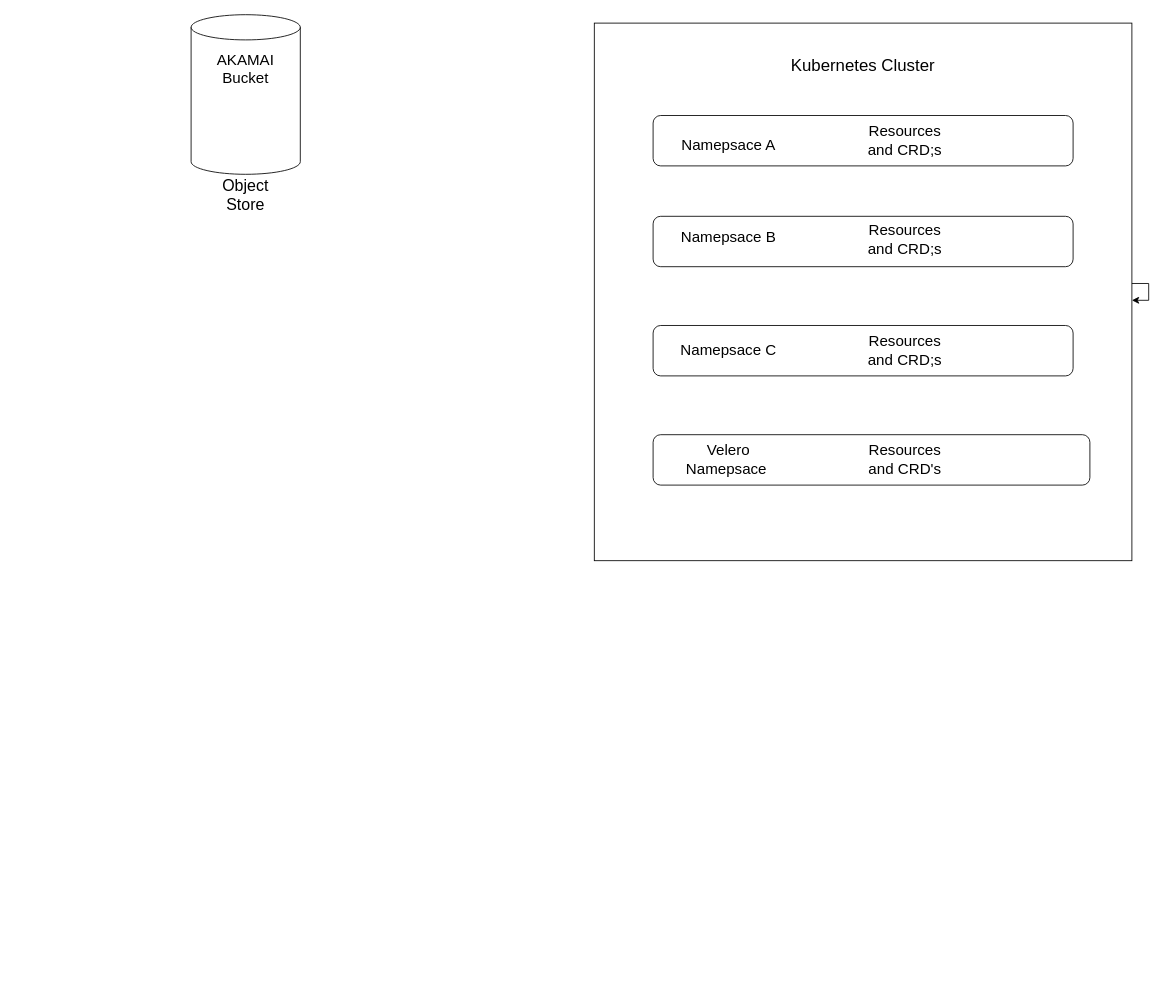
The draw.io diagram Velero.drawio in shubhamdhumal-in/Diagrams, before the edit. Source tidied: cells renumbered, new cells numbered last; positions are measured from the earlier drawing's top-left corner, leaving out a move shared by most shapes. Both pictures are drawn from the tidied source at 84%, with x=0, y=0 at pixel (191, 14).
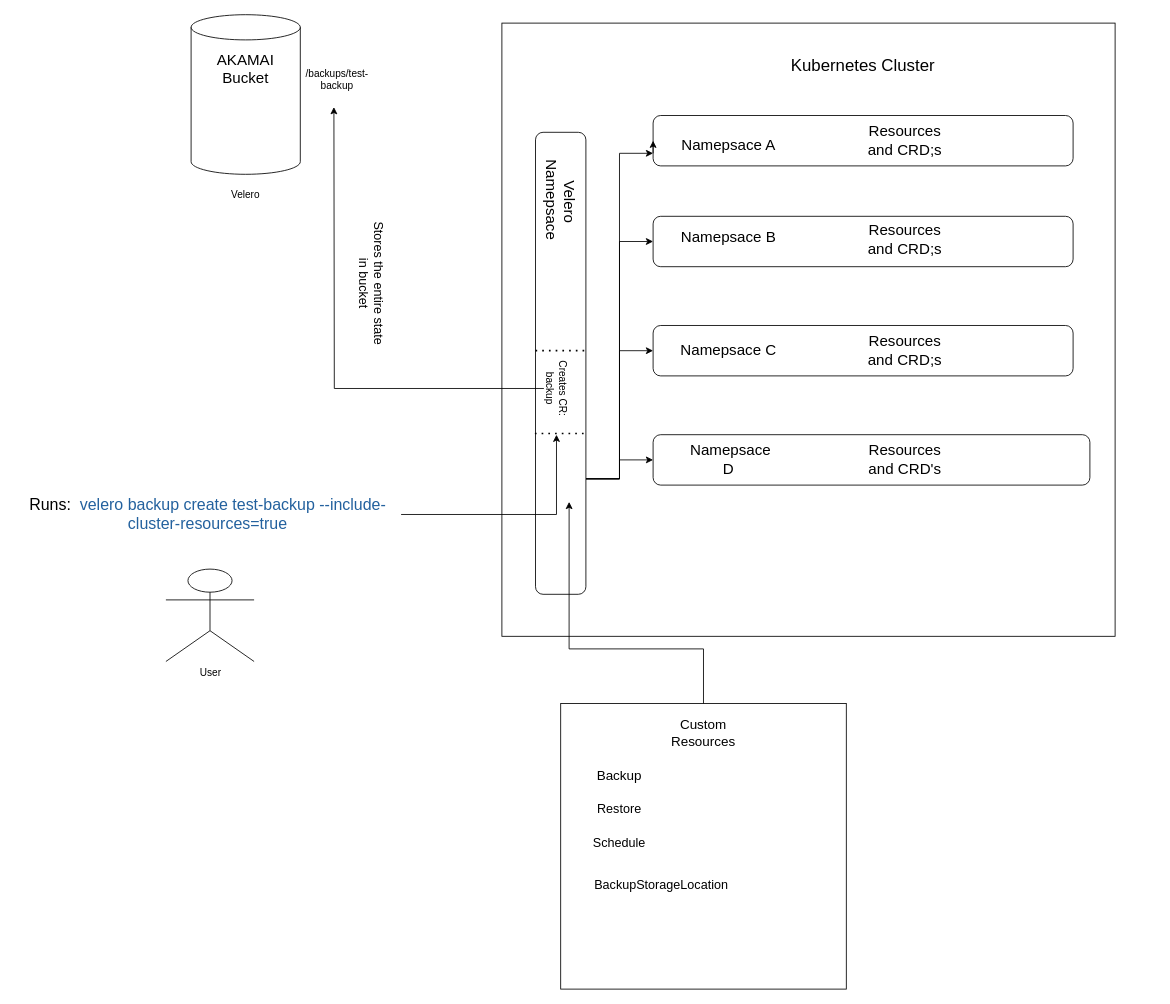
Above is the later version.

The change refers to these unchanged cells:
```xml
<mxCell id="7" style="rounded=1;whiteSpace=wrap;html=1;" parent="1" vertex="1">
  <mxGeometry x="550" y="120" width="500" height="60" as="geometry" />
</mxCell>
<mxCell id="8" style="rounded=1;whiteSpace=wrap;html=1;" parent="1" vertex="1">
  <mxGeometry x="550" y="240" width="500" height="60" as="geometry" />
</mxCell>
<mxCell id="9" style="rounded=1;whiteSpace=wrap;html=1;" parent="1" vertex="1">
  <mxGeometry x="550" y="370" width="500" height="60" as="geometry" />
</mxCell>
<mxCell id="13" style="rounded=1;whiteSpace=wrap;html=1;" parent="1" vertex="1">
  <mxGeometry x="550" y="500" width="520" height="60" as="geometry" />
</mxCell>
```

What changed in the source:
```diff
@@
     <mxCell id="2" style="whiteSpace=wrap;html=1;" parent="1" vertex="1">
-      <mxGeometry x="480" y="10" width="640" height="640" as="geometry" />
+      <mxGeometry x="370" y="10" width="730" height="730" as="geometry" />
     </mxCell>
@@
-    <mxCell id="6" value="&lt;font style=&quot;font-size: 19px;&quot;&gt;Object Store&lt;/font&gt;" style="text;html=1;whiteSpace=wrap;strokeColor=none;fillColor=none;align=center;verticalAlign=middle;rounded=0;" parent="1" vertex="1">
+    <mxCell id="6" value="Velero" style="text;html=1;whiteSpace=wrap;strokeColor=none;fillColor=none;align=center;verticalAlign=middle;rounded=0;" parent="1" vertex="1">
       <mxGeometry x="35" y="200" width="60" height="30" as="geometry" />
     </mxCell>
@@
-    <mxCell id="14" value="&lt;font style=&quot;font-size: 18px;&quot;&gt;Velero Namepsace&amp;nbsp;&lt;/font&gt;" style="text;html=1;whiteSpace=wrap;strokeColor=none;fillColor=none;align=center;verticalAlign=middle;rounded=0;" parent="1" vertex="1">
+    <mxCell id="14" value="&lt;font style=&quot;font-size: 18px;&quot;&gt;&amp;nbsp;Namepsace D&lt;/font&gt;" style="text;html=1;whiteSpace=wrap;strokeColor=none;fillColor=none;align=center;verticalAlign=middle;rounded=0;" parent="1" vertex="1">
       <mxGeometry x="580" y="515" width="120" height="30" as="geometry" />
     </mxCell>
@@
-    <mxCell id="19" style="edgeStyle=orthogonalEdgeStyle;rounded=0;orthogonalLoop=1;jettySize=auto;html=1;innerLoopWaypoints=1;" parent="1" edge="1" source="2" target="2">
-      <mxGeometry relative="1" as="geometry" />
-    </mxCell>
+    <mxCell id="20" style="edgeStyle=orthogonalEdgeStyle;rounded=0;jettySize=auto;html=1;exitX=0.75;exitY=0;exitDx=0;exitDy=0;entryX=0;entryY=0.75;entryDx=0;entryDy=0;" parent="1" edge="1" source="24" target="7">
+      <mxGeometry relative="1" as="geometry" />
+    </mxCell>
+    <mxCell id="21" style="edgeStyle=orthogonalEdgeStyle;rounded=0;jettySize=auto;html=1;exitX=0.75;exitY=0;exitDx=0;exitDy=0;entryX=0;entryY=0.5;entryDx=0;entryDy=0;" parent="1" edge="1" source="24" target="8">
+      <mxGeometry relative="1" as="geometry" />
+    </mxCell>
+    <mxCell id="22" style="edgeStyle=orthogonalEdgeStyle;rounded=0;jettySize=auto;html=1;exitX=0.75;exitY=0;exitDx=0;exitDy=0;" parent="1" edge="1" source="24" target="9">
+      <mxGeometry relative="1" as="geometry" />
+    </mxCell>
+    <mxCell id="23" style="edgeStyle=orthogonalEdgeStyle;rounded=0;jettySize=auto;html=1;exitX=0.75;exitY=0;exitDx=0;exitDy=0;entryX=0;entryY=0.5;entryDx=0;entryDy=0;" parent="1" edge="1" source="24" target="13">
+      <mxGeometry relative="1" as="geometry" />
+    </mxCell>
+    <mxCell id="24" style="rounded=1;whiteSpace=wrap;html=1;direction=south;" parent="1" vertex="1">
+      <mxGeometry x="410" y="140" width="60" height="550" as="geometry" />
+    </mxCell>
+    <mxCell id="25" value="&lt;font style=&quot;font-size: 18px;&quot;&gt;Velero Namepsace&amp;nbsp;&lt;/font&gt;" style="text;html=1;whiteSpace=wrap;strokeColor=none;fillColor=none;align=center;verticalAlign=middle;rounded=0;rotation=90;" parent="1" vertex="1">
+      <mxGeometry x="380" y="208" width="120" height="30" as="geometry" />
+    </mxCell>
+    <mxCell id="26" value="User" style="shape=umlActor;verticalLabelPosition=bottom;verticalAlign=top;html=1;" parent="1" vertex="1">
+      <mxGeometry x="-30" y="660" width="105" height="110" as="geometry" />
+    </mxCell>
+    <mxCell id="27" style="edgeStyle=orthogonalEdgeStyle;rounded=0;jettySize=auto;html=1;" parent="1" edge="1" source="28" target="30">
+      <mxGeometry relative="1" as="geometry" />
+    </mxCell>
+    <mxCell id="28" value="&lt;font style=&quot;font-size: 19px;&quot;&gt;Runs:&amp;nbsp;&amp;nbsp;&lt;/font&gt;&lt;font color=&quot;#23619e&quot;&gt;&lt;span style=&quot;font-size: 19px;&quot;&gt;velero backup create test-backup --include-cluster-resources=true&lt;/span&gt;&lt;/font&gt;" style="text;html=1;whiteSpace=wrap;strokeColor=none;fillColor=none;align=center;verticalAlign=middle;rounded=0;" parent="1" vertex="1">
+      <mxGeometry x="-210" y="580" width="460" height="30" as="geometry" />
+    </mxCell>
+    <mxCell id="29" style="edgeStyle=orthogonalEdgeStyle;rounded=0;jettySize=auto;html=1;exitX=0.5;exitY=1;exitDx=0;exitDy=0;" parent="1" edge="1" source="30">
+      <mxGeometry relative="1" as="geometry">
+        <mxPoint x="170" y="110" as="targetPoint" />
+      </mxGeometry>
+    </mxCell>
+    <mxCell id="30" value="Creates CR: backup" style="text;html=1;whiteSpace=wrap;strokeColor=none;fillColor=none;align=center;verticalAlign=middle;rounded=0;rotation=90;" parent="1" vertex="1">
+      <mxGeometry x="380" y="430" width="110" height="30" as="geometry" />
+    </mxCell>
+    <mxCell id="31" style="endArrow=none;dashed=1;html=1;dashPattern=1 3;strokeWidth=2;rounded=0;entryX=0.652;entryY=-0.004;entryDx=0;entryDy=0;entryPerimeter=0;exitX=0.652;exitY=1.012;exitDx=0;exitDy=0;exitPerimeter=0;" parent="1" edge="1" source="24" target="24">
+      <mxGeometry relative="1" as="geometry" />
+    </mxCell>
+    <mxCell id="32" style="endArrow=none;dashed=1;html=1;dashPattern=1 3;strokeWidth=2;rounded=0;" parent="1" edge="1">
+      <mxGeometry relative="1" as="geometry">
+        <mxPoint x="410" y="400" as="sourcePoint" />
+        <mxPoint x="470" y="400" as="targetPoint" />
+        <Array as="points">
+          <mxPoint x="440" y="400" />
+          <mxPoint x="470" y="400" />
+        </Array>
+      </mxGeometry>
+    </mxCell>
+    <mxCell id="33" style="edgeStyle=orthogonalEdgeStyle;rounded=0;orthogonalLoop=1;jettySize=auto;html=1;innerLoopWaypoints=1;exitX=0;exitY=0.75;exitDx=0;exitDy=0;entryX=0;entryY=0.5;entryDx=0;entryDy=0;" parent="1" edge="1" source="7" target="7">
+      <mxGeometry relative="1" as="geometry" />
+    </mxCell>
+    <mxCell id="34" value="/backups/test-backup&lt;div&gt;&lt;br&gt;&lt;/div&gt;" style="text;html=1;whiteSpace=wrap;strokeColor=none;fillColor=none;align=center;verticalAlign=middle;rounded=0;" parent="1" vertex="1">
+      <mxGeometry x="144" y="70" width="60" height="30" as="geometry" />
+    </mxCell>
+    <mxCell id="35" value="&lt;font style=&quot;font-size: 15px;&quot;&gt;Stores the entire state in bucket&lt;/font&gt;" style="text;html=1;whiteSpace=wrap;strokeColor=none;fillColor=none;align=center;verticalAlign=middle;rounded=0;rotation=90;" parent="1" vertex="1">
+      <mxGeometry x="135" y="285" width="160" height="70" as="geometry" />
+    </mxCell>
+    <mxCell id="36" style="edgeStyle=orthogonalEdgeStyle;rounded=0;orthogonalLoop=1;jettySize=auto;html=1;innerLoopWaypoints=1;exitX=1;exitY=0.5;exitDx=0;exitDy=0;" parent="1" edge="1" source="35" target="35">
+      <mxGeometry relative="1" as="geometry" />
+    </mxCell>
+    <mxCell id="37" style="whiteSpace=wrap;html=1;" parent="1" vertex="1">
+      <mxGeometry x="440" y="820" width="340" height="340" as="geometry" />
+    </mxCell>
+    <mxCell id="38" style="edgeStyle=orthogonalEdgeStyle;rounded=0;jettySize=auto;html=1;exitX=0.5;exitY=0;exitDx=0;exitDy=0;entryX=0.8;entryY=0.333;entryDx=0;entryDy=0;entryPerimeter=0;" parent="1" edge="1" source="37" target="24">
+      <mxGeometry relative="1" as="geometry" />
+    </mxCell>
+    <mxCell id="39" value="&lt;font style=&quot;font-size: 16px;&quot;&gt;Custom Resources&lt;/font&gt;" style="text;html=1;whiteSpace=wrap;strokeColor=none;fillColor=none;align=center;verticalAlign=middle;rounded=0;" parent="1" vertex="1">
+      <mxGeometry x="580" y="840" width="60" height="30" as="geometry" />
+    </mxCell>
+    <mxCell id="40" value="&lt;font style=&quot;font-size: 16px;&quot;&gt;Backup&lt;/font&gt;" style="text;html=1;whiteSpace=wrap;strokeColor=none;fillColor=none;align=center;verticalAlign=middle;rounded=0;" parent="1" vertex="1">
+      <mxGeometry x="480" y="890" width="60" height="30" as="geometry" />
+    </mxCell>
+    <mxCell id="41" value="&lt;font style=&quot;font-size: 15px;&quot;&gt;Restore&lt;/font&gt;" style="text;html=1;whiteSpace=wrap;strokeColor=none;fillColor=none;align=center;verticalAlign=middle;rounded=0;" parent="1" vertex="1">
+      <mxGeometry x="480" y="930" width="60" height="30" as="geometry" />
+    </mxCell>
+    <mxCell id="42" value="&lt;font style=&quot;font-size: 15px;&quot;&gt;Schedule&lt;/font&gt;" style="text;html=1;whiteSpace=wrap;strokeColor=none;fillColor=none;align=center;verticalAlign=middle;rounded=0;" parent="1" vertex="1">
+      <mxGeometry x="480" y="970" width="60" height="30" as="geometry" />
+    </mxCell>
+    <mxCell id="43" value="&lt;font style=&quot;font-size: 15px;&quot;&gt;BackupStorageLocation&lt;/font&gt;" style="text;html=1;whiteSpace=wrap;strokeColor=none;fillColor=none;align=center;verticalAlign=middle;rounded=0;" parent="1" vertex="1">
+      <mxGeometry x="530" y="1020" width="60" height="30" as="geometry" />
+    </mxCell>
```
